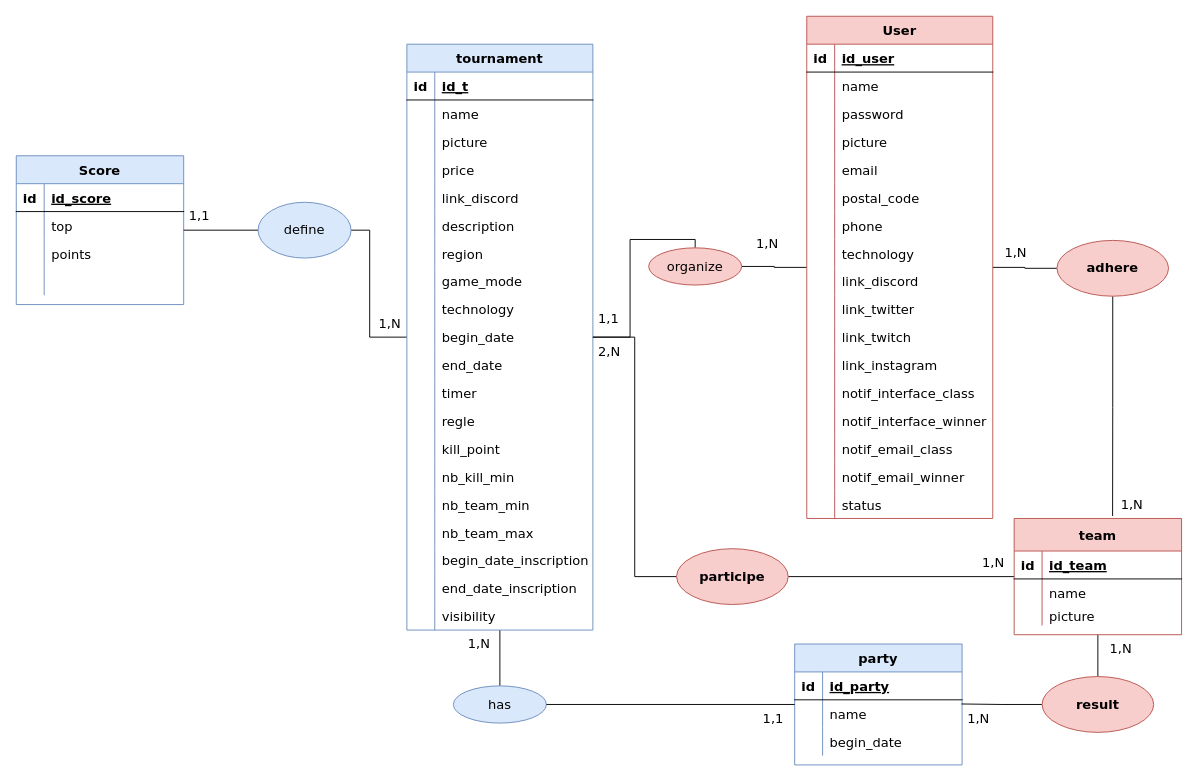
Earlier version of the draw.io diagram page "MCD" (1 of 3) of Wavy_MERISE2.drawio (Pakulic/Maquettage_Site_web). Source tidied: cells renumbered, new cells numbered last; positions are measured from the earlier drawing's top-left corner, leaving out a move shared by most shapes. Both pictures are drawn from the tidied source at 93%, with x=0, y=0 at pixel (16, 16).
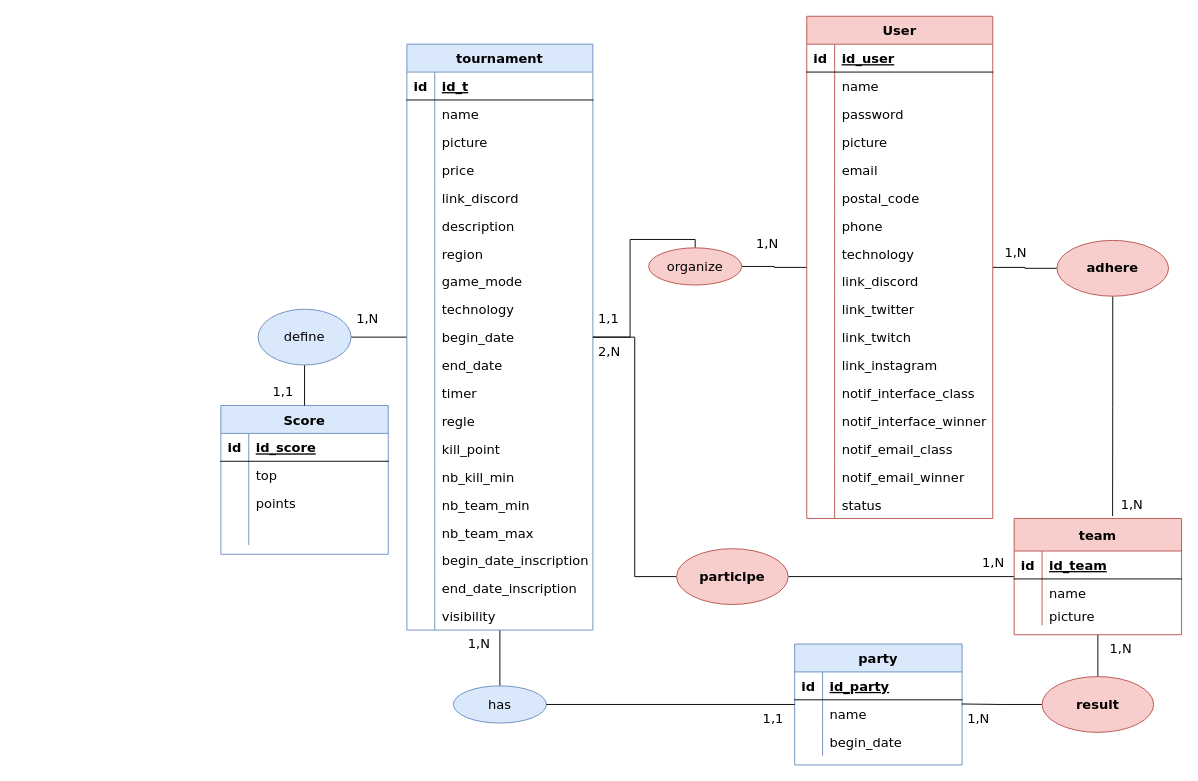
After the change.

Unchanged cells that the change refers to:
```xml
<mxCell id="4" value="tournament" style="shape=table;startSize=30;childLayout=tableLayout;rowLines=0;fontStyle=1;align=center;fillColor=#dae8fc;strokeColor=#6c8ebf;fontSize=14;fontFamily=Verdana;" parent="1" vertex="1">
  <mxGeometry x="420" y="30" width="200" height="630" as="geometry" />
</mxCell>
<mxCell id="105" value="has" style="ellipse;whiteSpace=wrap;html=1;align=center;fillColor=#dae8fc;strokeColor=#6c8ebf;fontSize=14;fontFamily=Verdana;" parent="1" vertex="1">
  <mxGeometry x="470" y="720" width="100" height="40" as="geometry" />
</mxCell>
```

Change to the diagram source:
```diff
@@
+    <mxCell id="3" style="edgeStyle=orthogonalEdgeStyle;rounded=0;jettySize=auto;html=1;endArrow=none;endFill=0;strokeColor=default;strokeWidth=1;fontSize=14;fontFamily=Verdana;" parent="1" edge="1" source="4" target="105">
+      <mxGeometry relative="1" as="geometry" />
+    </mxCell>
-    <mxCell id="2" style="edgeStyle=orthogonalEdgeStyle;rounded=0;jettySize=auto;html=1;strokeWidth=1;endArrow=none;endFill=0;fontSize=14;fontFamily=Verdana;" parent="1" edge="1" source="4" target="92">
-      <mxGeometry relative="1" as="geometry">
-        <Array as="points">
-          <mxPoint x="380" y="345" />
-          <mxPoint x="380" y="230" />
-        </Array>
-      </mxGeometry>
+    <mxCell id="2" style="edgeStyle=orthogonalEdgeStyle;rounded=0;jettySize=auto;html=1;endArrow=none;endFill=0;" parent="1" edge="1" source="4" target="92">
+      <mxGeometry relative="1" as="geometry" />
     </mxCell>
-    <mxCell id="3" style="edgeStyle=orthogonalEdgeStyle;rounded=0;jettySize=auto;html=1;endArrow=none;endFill=0;strokeColor=default;strokeWidth=1;fontSize=14;fontFamily=Verdana;" parent="1" edge="1" source="4" target="105">
-      <mxGeometry relative="1" as="geometry" />
-    </mxCell>
@@
     <mxCell id="78" value="Score" style="shape=table;startSize=30;childLayout=tableLayout;rowLines=0;fontStyle=1;align=center;fillColor=#dae8fc;strokeColor=#6c8ebf;fontSize=14;fontFamily=Verdana;" parent="1" vertex="1">
-      <mxGeometry y="150" width="180" height="160" as="geometry" />
+      <mxGeometry x="220" y="418.5" width="180" height="160" as="geometry" />
     </mxCell>
@@
     <mxCell id="92" value="define" style="ellipse;whiteSpace=wrap;html=1;align=center;fillColor=#dae8fc;strokeColor=#6c8ebf;fontSize=14;fontFamily=Verdana;" parent="1" vertex="1">
-      <mxGeometry x="260" y="200" width="100" height="60" as="geometry" />
+      <mxGeometry x="260" y="315" width="100" height="60" as="geometry" />
     </mxCell>
@@
     <mxCell id="165" value="1,N" style="text;strokeColor=none;fillColor=none;spacingLeft=4;spacingRight=4;overflow=hidden;fontSize=14;fontFamily=Verdana;" parent="1" vertex="1">
-      <mxGeometry x="384" y="316" width="40" height="30" as="geometry" />
+      <mxGeometry x="360" y="310" width="40" height="30" as="geometry" />
     </mxCell>
     <mxCell id="166" value="1,1" style="text;strokeColor=none;fillColor=none;spacingLeft=4;spacingRight=4;overflow=hidden;fontSize=14;fontFamily=Verdana;" parent="1" vertex="1">
-      <mxGeometry x="180" y="200" width="40" height="30" as="geometry" />
+      <mxGeometry x="270" y="388.5" width="40" height="30" as="geometry" />
     </mxCell>
```
